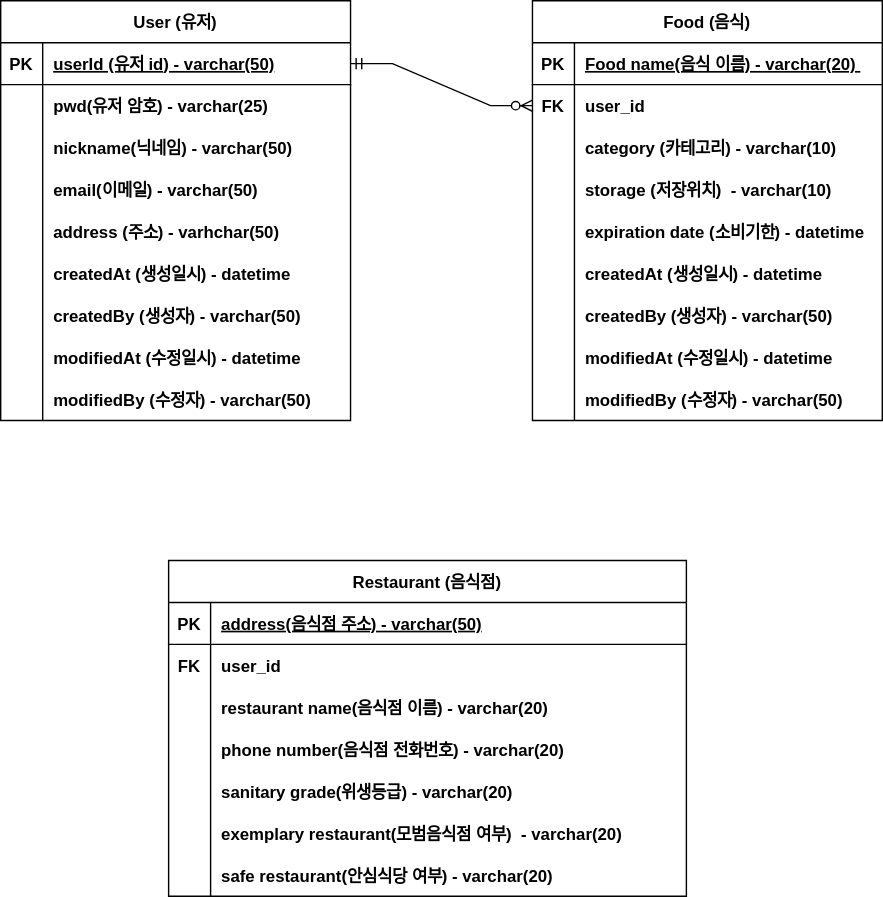
Before: cleanplate/document/clean-plate-erd.svg, a diagram exported from draw.io (whwlsgkr7/Clean-Plate). Source tidied: cells renumbered, new cells last; positions are measured from the earlier drawing's top-left corner, leaving out a move shared by most shapes.
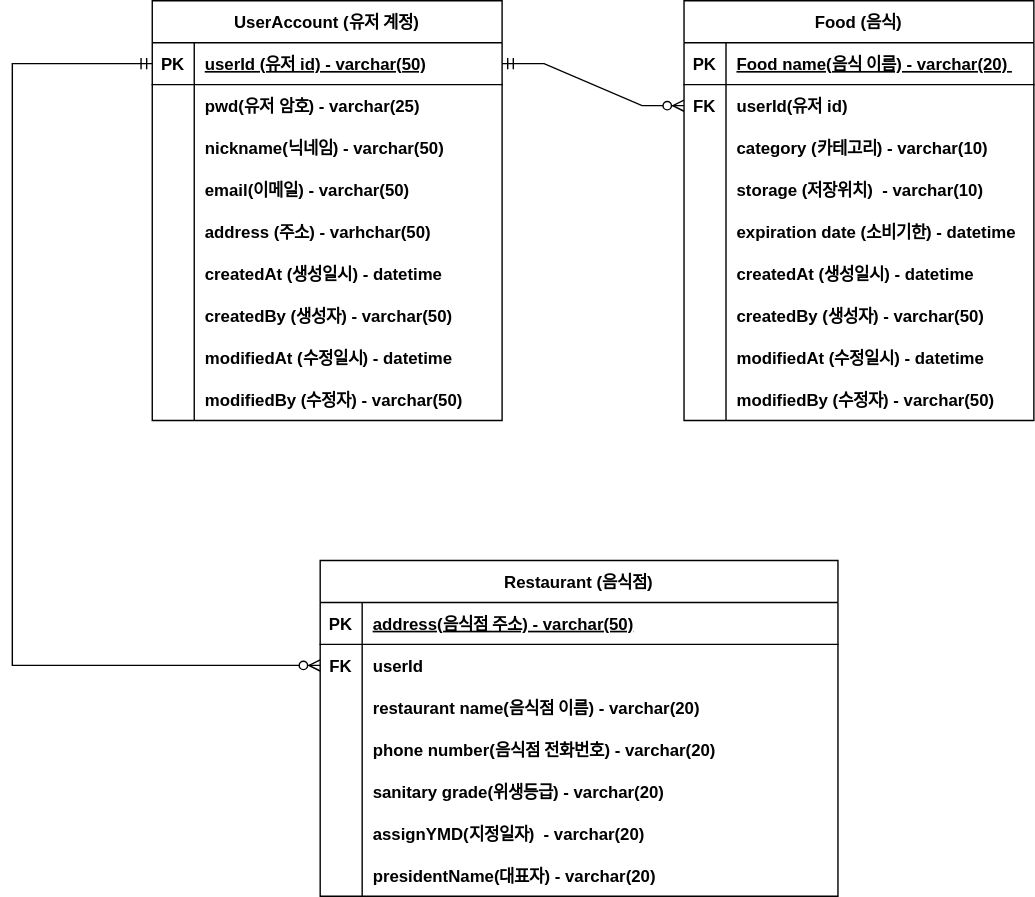
After the change.

Commit message:
Restaurant 필드 업데이트

Diff of the diagram source:
```diff
@@ -20,7 +20,7 @@
     <mxCell id="7" value="FK" style="shape=partialRectangle;overflow=hidden;fillColor=none;top=0;left=0;bottom=0;right=0;fontStyle=1;" parent="6" vertex="1">
       <mxGeometry width="30" height="30" as="geometry" />
     </mxCell>
-    <mxCell id="8" value="user_id" style="shape=partialRectangle;overflow=hidden;fillColor=none;top=0;left=0;bottom=0;right=0;align=left;spacingLeft=6;fontStyle=1;" parent="6" vertex="1">
+    <mxCell id="8" value="userId(유저 id)" style="shape=partialRectangle;overflow=hidden;fillColor=none;top=0;left=0;bottom=0;right=0;align=left;spacingLeft=6;fontStyle=1;" parent="6" vertex="1">
       <mxGeometry x="30" width="220" height="30" as="geometry" />
     </mxCell>
     <mxCell id="9" style="shape=partialRectangle;fillColor=none;top=0;left=0;right=0;bottom=0;" parent="2" vertex="1">
@@ -104,7 +104,7 @@
     <mxCell id="35" value="FK" style="shape=partialRectangle;overflow=hidden;fillColor=none;top=0;left=0;bottom=0;right=0;fontStyle=1;" parent="34" vertex="1">
       <mxGeometry width="30" height="30" as="geometry" />
     </mxCell>
-    <mxCell id="36" value="user_id" style="shape=partialRectangle;overflow=hidden;fillColor=none;top=0;left=0;bottom=0;right=0;align=left;spacingLeft=6;fontStyle=1;" parent="34" vertex="1">
+    <mxCell id="36" value="userId" style="shape=partialRectangle;overflow=hidden;fillColor=none;top=0;left=0;bottom=0;right=0;align=left;spacingLeft=6;fontStyle=1;" parent="34" vertex="1">
       <mxGeometry x="30" width="340" height="30" as="geometry" />
     </mxCell>
     <mxCell id="37" style="shape=partialRectangle;fillColor=none;top=0;left=0;right=0;bottom=0;" parent="30" vertex="1">
@@ -140,7 +140,7 @@
     <mxCell id="47" style="shape=partialRectangle;overflow=hidden;fillColor=none;top=0;left=0;bottom=0;right=0;" parent="46" vertex="1">
       <mxGeometry width="30" height="30" as="geometry" />
     </mxCell>
-    <mxCell id="48" value="exemplary restaurant(모범음식점 여부)  - varchar(20)" style="shape=partialRectangle;overflow=hidden;fillColor=none;top=0;left=0;bottom=0;right=0;align=left;spacingLeft=6;fontStyle=1;" parent="46" vertex="1">
+    <mxCell id="48" value="assignYMD(지정일자)  - varchar(20)" style="shape=partialRectangle;overflow=hidden;fillColor=none;top=0;left=0;bottom=0;right=0;align=left;spacingLeft=6;fontStyle=1;" parent="46" vertex="1">
       <mxGeometry x="30" width="340" height="30" as="geometry" />
     </mxCell>
     <mxCell id="49" style="shape=partialRectangle;fillColor=none;top=0;left=0;right=0;bottom=0;" parent="30" vertex="1">
@@ -149,10 +149,10 @@
     <mxCell id="50" style="shape=partialRectangle;overflow=hidden;fillColor=none;top=0;left=0;bottom=0;right=0;" parent="49" vertex="1">
       <mxGeometry width="30" height="30" as="geometry" />
     </mxCell>
-    <mxCell id="51" value="safe restaurant(안심식당 여부) - varchar(20)" style="shape=partialRectangle;overflow=hidden;fillColor=none;top=0;left=0;bottom=0;right=0;align=left;spacingLeft=6;fontStyle=1;" parent="49" vertex="1">
+    <mxCell id="51" value="presidentName(대표자) - varchar(20)" style="shape=partialRectangle;overflow=hidden;fillColor=none;top=0;left=0;bottom=0;right=0;align=left;spacingLeft=6;fontStyle=1;" parent="49" vertex="1">
       <mxGeometry x="30" width="340" height="30" as="geometry" />
     </mxCell>
-    <mxCell id="52" value="User (유저)" style="shape=table;startSize=30;rowLines=0;fontStyle=1;align=center;" parent="1" vertex="1">
+    <mxCell id="52" value="UserAccount (유저 계정)" style="shape=table;startSize=30;rowLines=0;fontStyle=1;align=center;" parent="1" vertex="1">
       <mxGeometry width="250" height="300" as="geometry" />
     </mxCell>
     <mxCell id="53" style="shape=partialRectangle;fillColor=none;points=[[0,0.5],[1,0.5]];portConstraint=eastwest;top=0;left=0;right=0;bottom=1;" parent="52" vertex="1">
@@ -239,5 +239,12 @@
     <mxCell id="80" style="edgeStyle=entityRelationEdgeStyle;fontSize=12;html=1;endArrow=ERzeroToMany;startArrow=ERmandOne;rounded=0;exitX=1;exitY=0.5;exitDx=0;exitDy=0;entryX=0;entryY=0.5;entryDx=0;entryDy=0;" parent="1" edge="1" source="53" target="6">
       <mxGeometry relative="1" as="geometry" />
     </mxCell>
+    <mxCell id="81" style="edgeStyle=elbowEdgeStyle;fontSize=12;html=1;endArrow=ERzeroToMany;startArrow=ERmandOne;rounded=0;exitX=0;exitY=0.5;exitDx=0;exitDy=0;entryX=0;entryY=0.5;entryDx=0;entryDy=0;" parent="1" edge="1" source="53" target="34">
+      <mxGeometry relative="1" as="geometry">
+        <Array as="points">
+          <mxPoint x="-100" y="300" />
+        </Array>
+      </mxGeometry>
+    </mxCell>
   </root>
 </mxGraphModel>
```
